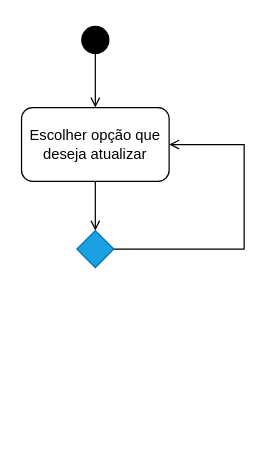
Earlier version of the draw.io diagram Diagrama de atividade - Atualizar cadastro.drawio (JudilenaGalvao/Projeto-POO). Source tidied: cells renumbered, new cells numbered last; positions are measured from the earlier drawing's top-left corner, leaving out a move shared by most shapes. Both pictures are drawn from the tidied source at 123%, with x=0, y=0 at pixel (21, 21).
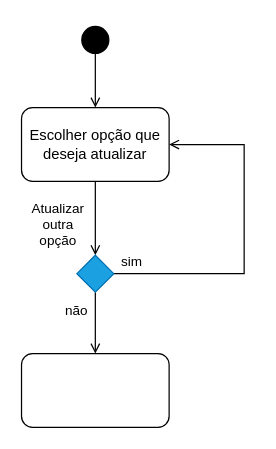
The same diagram, later.

The edit, as a diff of the source:
```diff
@@
 <mxGraphModel>
   <root>
     <mxCell id="0" />
     <mxCell id="1" parent="0" />
     <mxCell id="2" style="edgeStyle=orthogonalEdgeStyle;rounded=0;jettySize=auto;html=1;entryX=0.5;entryY=0;entryDx=0;entryDy=0;endArrow=open;endFill=0;exitX=0.5;exitY=0.8;exitDx=0;exitDy=0;exitPerimeter=0;" parent="1" edge="1" source="3" target="5">
       <mxGeometry relative="1" as="geometry" />
     </mxCell>
     <mxCell id="3" style="ellipse;html=1;shape=startState;fillColor=#000000;strokeColor=#000000;" parent="1" vertex="1">
       <mxGeometry x="45" width="30" height="30" as="geometry" />
     </mxCell>
     <mxCell id="4" style="edgeStyle=orthogonalEdgeStyle;shape=connector;rounded=0;jettySize=auto;html=1;exitX=0.5;exitY=1;exitDx=0;exitDy=0;entryX=0.5;entryY=0;entryDx=0;entryDy=0;labelBackgroundColor=default;strokeColor=default;fontFamily=Helvetica;fontSize=11;fontColor=default;endArrow=open;endFill=0;" parent="1" edge="1" source="5" target="7">
       <mxGeometry relative="1" as="geometry" />
     </mxCell>
     <mxCell id="5" value="Escolher opção que deseja atualizar" style="rounded=1;whiteSpace=wrap;html=1;" parent="1" vertex="1">
       <mxGeometry y="70" width="120" height="60" as="geometry" />
     </mxCell>
     <mxCell id="6" style="edgeStyle=orthogonalEdgeStyle;shape=connector;rounded=0;jettySize=auto;html=1;exitX=1;exitY=0.5;exitDx=0;exitDy=0;entryX=1;entryY=0.5;entryDx=0;entryDy=0;labelBackgroundColor=default;strokeColor=default;fontFamily=Helvetica;fontSize=11;fontColor=default;endArrow=open;endFill=0;" parent="1" edge="1" source="7" target="5">
       <mxGeometry relative="1" as="geometry">
         <Array as="points">
-          <mxPoint x="181" y="185" />
+          <mxPoint x="181" y="205" />
           <mxPoint x="181" y="100" />
         </Array>
       </mxGeometry>
     </mxCell>
+    <mxCell id="8" style="edgeStyle=orthogonalEdgeStyle;shape=connector;rounded=0;jettySize=auto;html=1;exitX=0.5;exitY=1;exitDx=0;exitDy=0;entryX=0.5;entryY=0;entryDx=0;entryDy=0;labelBackgroundColor=default;strokeColor=default;fontFamily=Helvetica;fontSize=11;fontColor=default;endArrow=open;endFill=0;" parent="1" edge="1" source="7" target="11">
+      <mxGeometry relative="1" as="geometry" />
+    </mxCell>
     <mxCell id="7" style="rhombus;whiteSpace=wrap;html=1;fillColor=#1ba1e2;strokeColor=#006EAF;fontColor=#ffffff;" parent="1" vertex="1">
-      <mxGeometry x="45" y="170" width="30" height="30" as="geometry" />
+      <mxGeometry x="45" y="190" width="30" height="30" as="geometry" />
     </mxCell>
+    <mxCell id="9" value="Atualizar outra opção" style="text;html=1;strokeColor=none;fillColor=none;align=center;verticalAlign=middle;whiteSpace=wrap;rounded=0;fontSize=11;fontFamily=Helvetica;fontColor=default;" parent="1" vertex="1">
+      <mxGeometry y="150" width="60" height="30" as="geometry" />
+    </mxCell>
+    <mxCell id="10" value="sim" style="text;html=1;strokeColor=none;fillColor=none;align=center;verticalAlign=middle;whiteSpace=wrap;rounded=0;fontSize=11;fontFamily=Helvetica;fontColor=default;" parent="1" vertex="1">
+      <mxGeometry x="60" y="180" width="60" height="30" as="geometry" />
+    </mxCell>
+    <mxCell id="11" style="rounded=1;whiteSpace=wrap;html=1;fontFamily=Helvetica;fontSize=11;fontColor=default;" parent="1" vertex="1">
+      <mxGeometry y="270" width="120" height="60" as="geometry" />
+    </mxCell>
+    <mxCell id="12" value="não" style="text;html=1;strokeColor=none;fillColor=none;align=center;verticalAlign=middle;whiteSpace=wrap;rounded=0;fontSize=11;fontFamily=Helvetica;fontColor=default;" parent="1" vertex="1">
+      <mxGeometry x="15" y="220" width="60" height="30" as="geometry" />
+    </mxCell>
   </root>
 </mxGraphModel>
```
